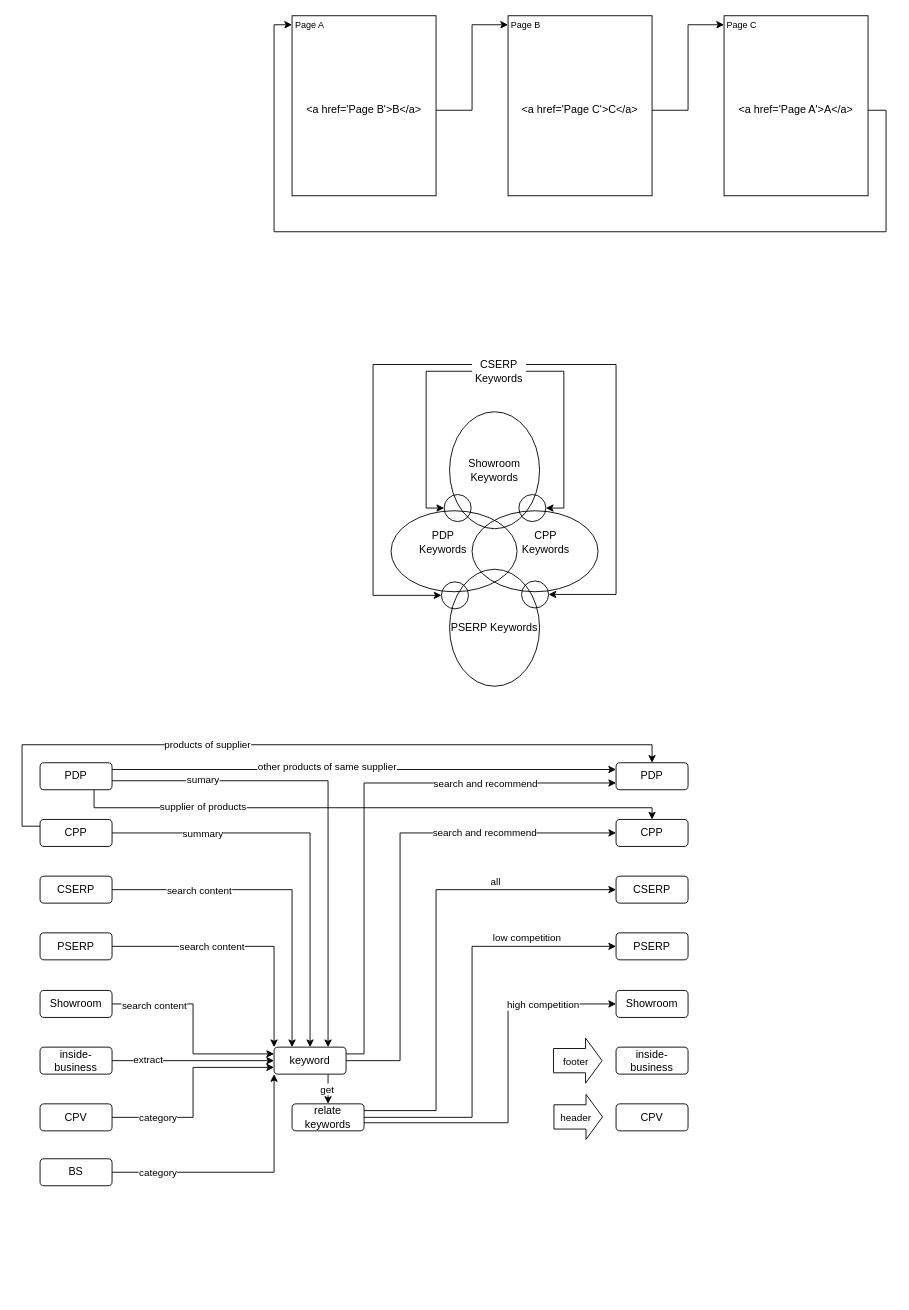
The draw.io diagram drawio/internal_links1225.drawio in VisableHarry/seo-drawio, before the edit. Source tidied: cells renumbered, new cells numbered last; positions are measured from the earlier drawing's top-left corner, leaving out a move shared by most shapes. Both pictures are drawn from the tidied source at 90%, with x=0, y=0 at pixel (22, 15).
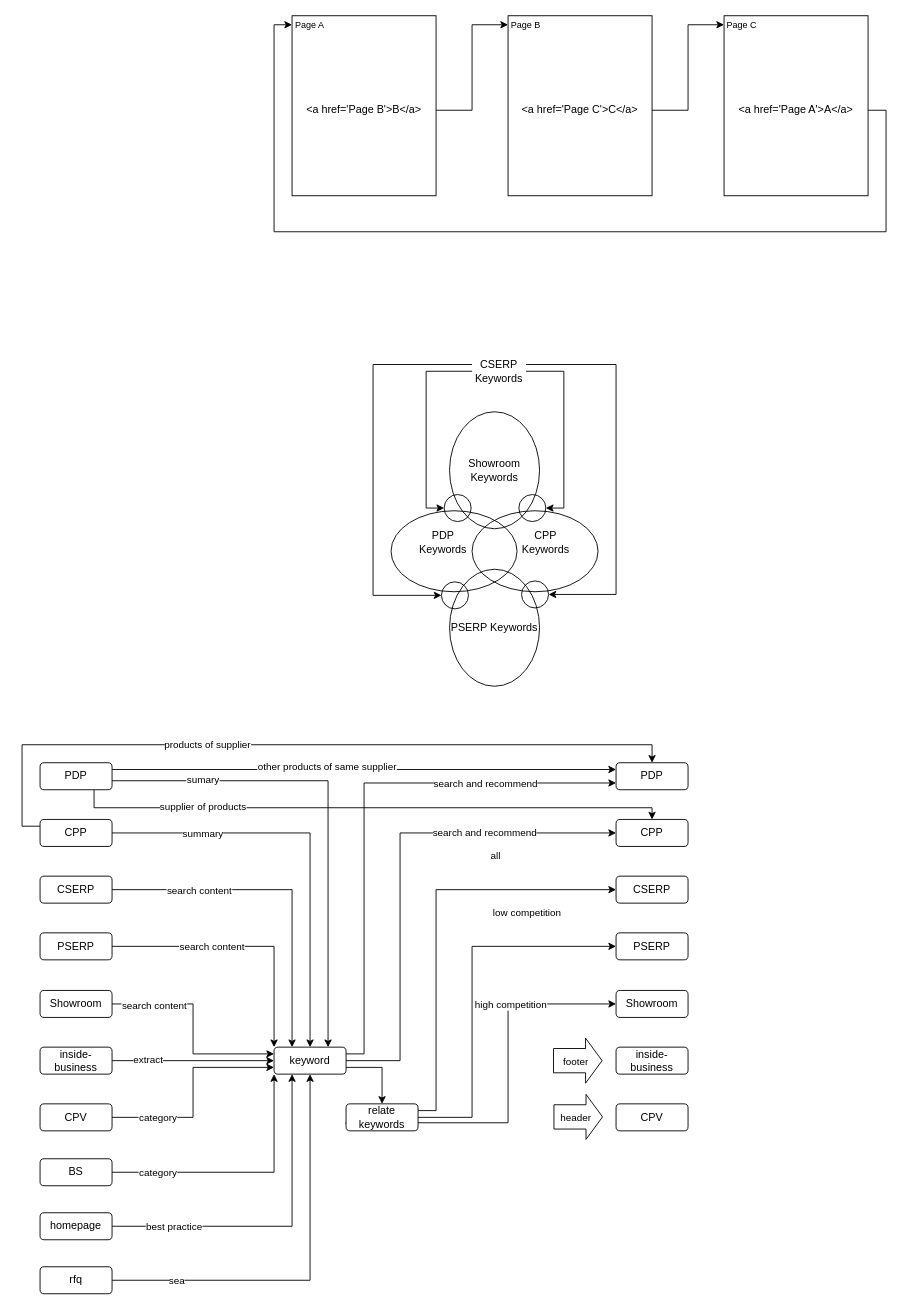
The same page after the edit.

The change refers to these unchanged cells:
```xml
<mxCell id="48" value="keyword" style="rounded=1;whiteSpace=wrap;html=1;strokeColor=default;align=center;verticalAlign=middle;fontFamily=Helvetica;fontSize=12;fontColor=default;fillColor=default;" parent="1" vertex="1">
  <mxGeometry x="280" y="1146" width="80" height="30" as="geometry" />
</mxCell>
```

What changed in the source:
```diff
@@
-    <mxCell id="46" style="edgeStyle=orthogonalEdgeStyle;rounded=0;jettySize=auto;html=1;exitX=0.75;exitY=1;exitDx=0;exitDy=0;entryX=0.5;entryY=0;entryDx=0;entryDy=0;" parent="1" edge="1" source="48" target="55">
+    <mxCell id="46" style="edgeStyle=orthogonalEdgeStyle;rounded=0;jettySize=auto;html=1;exitX=1;exitY=0.75;exitDx=0;exitDy=0;" parent="1" edge="1" source="48" target="55">
       <mxGeometry relative="1" as="geometry" />
     </mxCell>
-    <mxCell id="47" value="get" style="edgeLabel;html=1;align=center;verticalAlign=middle;" parent="46" vertex="1">
-      <mxGeometry x="-0.03" y="-2" relative="1" as="geometry" />
-    </mxCell>
@@
     <mxCell id="55" value="relate keywords" style="rounded=1;whiteSpace=wrap;html=1;" parent="1" vertex="1">
-      <mxGeometry x="300" y="1209" width="80" height="30" as="geometry" />
+      <mxGeometry x="360" y="1209" width="80" height="30" as="geometry" />
     </mxCell>
@@
+    <mxCell id="84" style="edgeStyle=orthogonalEdgeStyle;rounded=0;jettySize=auto;html=1;exitX=1;exitY=0.5;exitDx=0;exitDy=0;entryX=0.25;entryY=1;entryDx=0;entryDy=0;" parent="1" edge="1" source="86" target="48">
+      <mxGeometry relative="1" as="geometry" />
+    </mxCell>
+    <mxCell id="85" value="best practice" style="edgeLabel;html=1;align=center;verticalAlign=middle;" parent="84" vertex="1">
+      <mxGeometry x="-0.63" y="1" relative="1" as="geometry">
+        <mxPoint y="1" as="offset" />
+      </mxGeometry>
+    </mxCell>
+    <mxCell id="86" value="homepage" style="rounded=1;whiteSpace=wrap;html=1;" parent="1" vertex="1">
+      <mxGeometry x="20" y="1330" width="80" height="30" as="geometry" />
+    </mxCell>
+    <mxCell id="87" style="edgeStyle=orthogonalEdgeStyle;rounded=0;jettySize=auto;html=1;exitX=1;exitY=0.5;exitDx=0;exitDy=0;entryX=0.5;entryY=1;entryDx=0;entryDy=0;" parent="1" edge="1" source="89" target="48">
+      <mxGeometry relative="1" as="geometry" />
+    </mxCell>
+    <mxCell id="88" value="sea" style="edgeLabel;html=1;align=center;verticalAlign=middle;" parent="87" vertex="1">
+      <mxGeometry x="-0.72" relative="1" as="geometry">
+        <mxPoint x="8" as="offset" />
+      </mxGeometry>
+    </mxCell>
+    <mxCell id="89" value="rfq" style="rounded=1;whiteSpace=wrap;html=1;" parent="1" vertex="1">
+      <mxGeometry x="20" y="1390" width="80" height="30" as="geometry" />
+    </mxCell>
```
